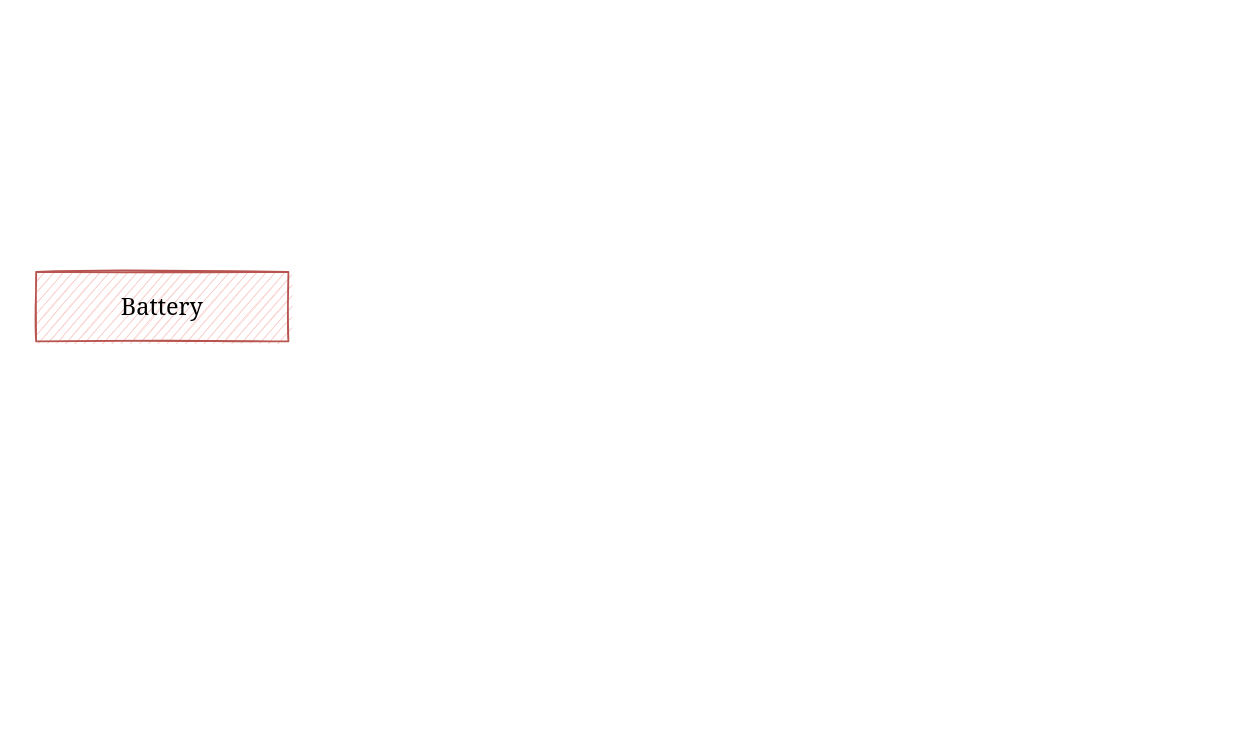
The draw.io diagram Untitled Diagram.drawio in DoggeBoi/Led_matirx-_clock, before the edit. Source tidied: cells renumbered, new cells numbered last; positions are measured from the earlier drawing's top-left corner, leaving out a move shared by most shapes. Both pictures are drawn from the tidied source at 87%, with x=0, y=0 at pixel (36, 271).
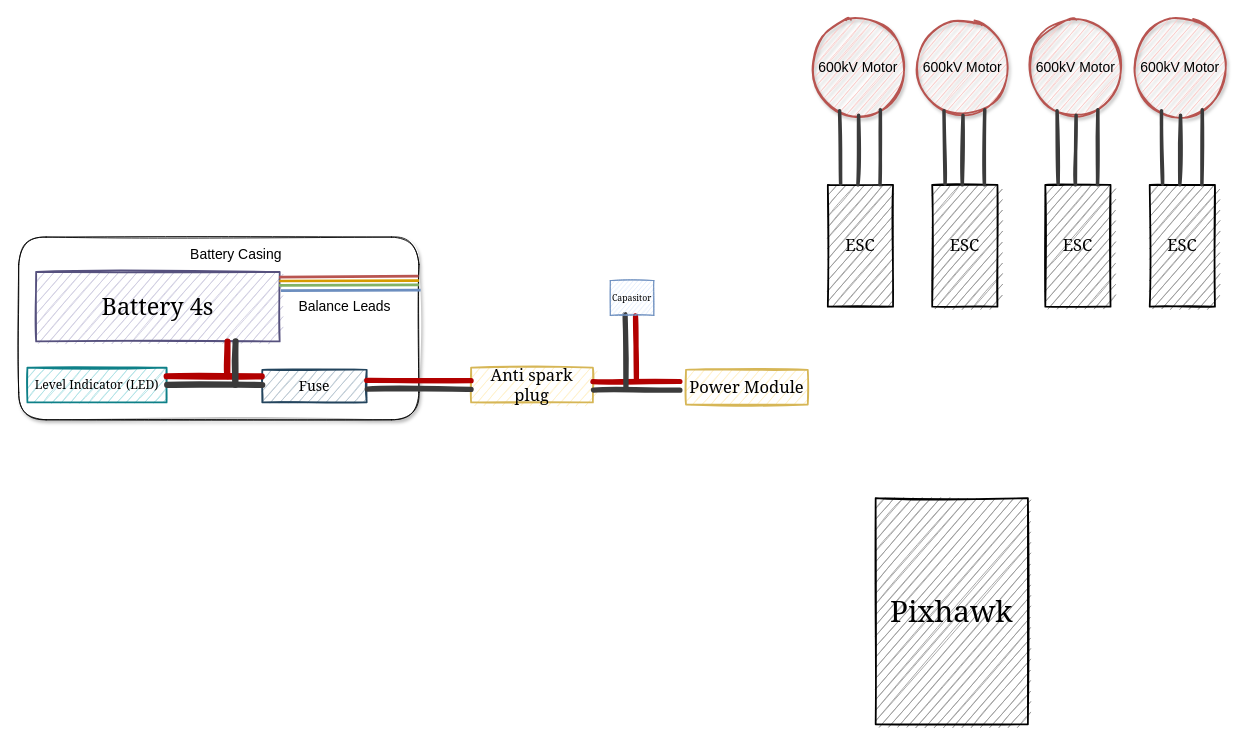
Above is the later version.

The edit, as a diff of the source:
```diff
@@
+    <mxCell id="3" style="rounded=1;whiteSpace=wrap;html=1;sketch=1;shadow=1;glass=0;" parent="1" vertex="1">
+      <mxGeometry x="-20" y="-40" width="460" height="210" as="geometry" />
+    </mxCell>
-    <mxCell id="2" value="&lt;font face=&quot;Georgia&quot;&gt;&lt;span style=&quot;font-size: 27px&quot;&gt;Battery&lt;/span&gt;&lt;/font&gt;" style="rounded=0;whiteSpace=wrap;html=1;glass=0;sketch=1;strokeWidth=2;shadow=0;fillStyle=hachure;fillColor=#f8cecc;strokeColor=#b85450;" parent="1" vertex="1">
-      <mxGeometry width="290" height="80" as="geometry" />
+    <mxCell id="2" value="&lt;font face=&quot;Georgia&quot;&gt;&lt;span style=&quot;font-size: 27px&quot;&gt;Battery 4s&lt;/span&gt;&lt;/font&gt;" style="rounded=0;whiteSpace=wrap;html=1;glass=0;sketch=1;strokeWidth=2;shadow=0;fillStyle=hachure;fillColor=#d0cee2;strokeColor=#56517e;" parent="1" vertex="1">
+      <mxGeometry width="280" height="80" as="geometry" />
     </mxCell>
+    <mxCell id="4" value="&lt;font face=&quot;Georgia&quot; style=&quot;font-size: 14px&quot;&gt;Level Indicator (LED)&lt;/font&gt;" style="rounded=0;whiteSpace=wrap;html=1;glass=0;sketch=1;strokeWidth=2;shadow=0;fillStyle=hachure;fillColor=#b0e3e6;strokeColor=#0e8088;" parent="1" vertex="1">
+      <mxGeometry x="-10" y="110" width="160" height="40" as="geometry" />
+    </mxCell>
+    <mxCell id="5" value="&lt;font face=&quot;Georgia&quot; style=&quot;font-size: 16px&quot;&gt;Fuse&lt;/font&gt;" style="rounded=0;whiteSpace=wrap;html=1;glass=0;sketch=1;strokeWidth=2;shadow=0;fillStyle=hachure;fillColor=#bac8d3;strokeColor=#23445d;" parent="1" vertex="1">
+      <mxGeometry x="260" y="112.5" width="120" height="37.5" as="geometry" />
+    </mxCell>
+    <mxCell id="6" value="&lt;font style=&quot;font-size: 16px&quot;&gt;Battery Casing&lt;/font&gt;" style="text;html=1;strokeColor=none;fillColor=none;align=center;verticalAlign=middle;whiteSpace=wrap;rounded=0;shadow=0;sketch=0;" parent="1" vertex="1">
+      <mxGeometry x="170" y="-30" width="120" height="20" as="geometry" />
+    </mxCell>
+    <mxCell id="7" value="&lt;font face=&quot;Georgia&quot; style=&quot;font-size: 19px&quot;&gt;Anti spark plug&lt;/font&gt;" style="rounded=0;whiteSpace=wrap;html=1;glass=0;sketch=1;strokeWidth=2;shadow=0;fillStyle=hachure;fillColor=#fff2cc;strokeColor=#d6b656;gradientColor=#ffd966;" parent="1" vertex="1">
+      <mxGeometry x="500" y="110" width="140" height="40" as="geometry" />
+    </mxCell>
+    <mxCell id="8" style="endArrow=none;html=1;shadow=0;strokeColor=#b85450;strokeWidth=3;entryX=0.998;entryY=0.075;entryDx=0;entryDy=0;entryPerimeter=0;exitX=0.999;exitY=0.214;exitDx=0;exitDy=0;exitPerimeter=0;fillColor=#f8cecc;" parent="1" edge="1" source="3" target="2">
+      <mxGeometry relative="1" as="geometry" />
+    </mxCell>
+    <mxCell id="9" style="endArrow=none;html=1;shadow=0;strokeColor=#d79b00;strokeWidth=3;entryX=0.998;entryY=0.075;entryDx=0;entryDy=0;entryPerimeter=0;exitX=1;exitY=0.116;exitDx=0;exitDy=0;exitPerimeter=0;fillColor=#ffe6cc;" parent="1" edge="1">
+      <mxGeometry relative="1" as="geometry">
+        <mxPoint x="440" y="10" as="sourcePoint" />
+        <mxPoint x="279.4" y="10.5" as="targetPoint" />
+      </mxGeometry>
+    </mxCell>
+    <mxCell id="10" style="endArrow=none;html=1;shadow=0;strokeColor=#82b366;strokeWidth=3;entryX=0.998;entryY=0.075;entryDx=0;entryDy=0;entryPerimeter=0;exitX=1;exitY=0.116;exitDx=0;exitDy=0;exitPerimeter=0;fillColor=#d5e8d4;" parent="1" edge="1">
+      <mxGeometry relative="1" as="geometry">
+        <mxPoint x="440" y="15" as="sourcePoint" />
+        <mxPoint x="279.4" y="15.5" as="targetPoint" />
+      </mxGeometry>
+    </mxCell>
+    <mxCell id="11" style="endArrow=none;html=1;shadow=0;strokeColor=#6c8ebf;strokeWidth=3;entryX=0.998;entryY=0.075;entryDx=0;entryDy=0;entryPerimeter=0;exitX=1;exitY=0.116;exitDx=0;exitDy=0;exitPerimeter=0;fillColor=#dae8fc;" parent="1" edge="1">
+      <mxGeometry relative="1" as="geometry">
+        <mxPoint x="442" y="21" as="sourcePoint" />
+        <mxPoint x="281.4" y="21.5" as="targetPoint" />
+      </mxGeometry>
+    </mxCell>
+    <mxCell id="12" value="&lt;font style=&quot;font-size: 16px&quot;&gt;Balance Leads&lt;/font&gt;" style="text;html=1;strokeColor=none;fillColor=none;align=center;verticalAlign=middle;whiteSpace=wrap;rounded=0;shadow=0;sketch=0;" parent="1" vertex="1">
+      <mxGeometry x="295" y="30" width="120" height="20" as="geometry" />
+    </mxCell>
+    <mxCell id="13" style="endArrow=none;html=1;shadow=0;strokeColor=#B20000;strokeWidth=7;entryX=-0.005;entryY=0.204;entryDx=0;entryDy=0;exitX=1;exitY=0.25;exitDx=0;exitDy=0;entryPerimeter=0;fillColor=#e51400;sketch=1;" parent="1" edge="1" source="4" target="5">
+      <mxGeometry relative="1" as="geometry" />
+    </mxCell>
+    <mxCell id="14" style="endArrow=none;html=1;shadow=0;strokeWidth=7;entryX=-0.005;entryY=0.204;entryDx=0;entryDy=0;exitX=1;exitY=0.25;exitDx=0;exitDy=0;entryPerimeter=0;fillColor=#f5f5f5;gradientColor=#b3b3b3;strokeColor=#3B3B3B;sketch=1;" parent="1" edge="1">
+      <mxGeometry relative="1" as="geometry">
+        <mxPoint x="150.6" y="129.9" as="sourcePoint" />
+        <mxPoint x="260" y="130" as="targetPoint" />
+      </mxGeometry>
+    </mxCell>
+    <mxCell id="15" style="endArrow=none;html=1;shadow=0;strokeWidth=7;entryX=0.819;entryY=0.999;entryDx=0;entryDy=0;entryPerimeter=0;fillColor=#f5f5f5;gradientColor=#b3b3b3;strokeColor=#3B3B3B;sketch=1;" parent="1" edge="1" target="2">
+      <mxGeometry relative="1" as="geometry">
+        <mxPoint x="229" y="130" as="sourcePoint" />
+      </mxGeometry>
+    </mxCell>
+    <mxCell id="16" style="endArrow=none;html=1;shadow=0;strokeWidth=7;entryX=0.819;entryY=0.999;entryDx=0;entryDy=0;entryPerimeter=0;fillColor=#e51400;strokeColor=#B20000;sketch=1;" parent="1" edge="1">
+      <mxGeometry relative="1" as="geometry">
+        <mxPoint x="219.9" y="120" as="sourcePoint" />
+        <mxPoint x="220" y="80" as="targetPoint" />
+      </mxGeometry>
+    </mxCell>
+    <mxCell id="17" style="endArrow=none;html=1;shadow=0;strokeColor=#B20000;strokeWidth=6;exitX=1;exitY=0.25;exitDx=0;exitDy=0;fillColor=#e51400;sketch=1;" parent="1" edge="1">
+      <mxGeometry relative="1" as="geometry">
+        <mxPoint x="380" y="124.8" as="sourcePoint" />
+        <mxPoint x="500" y="125" as="targetPoint" />
+      </mxGeometry>
+    </mxCell>
+    <mxCell id="18" style="endArrow=none;html=1;shadow=0;strokeWidth=6;exitX=1;exitY=0.25;exitDx=0;exitDy=0;fillColor=#f5f5f5;gradientColor=#b3b3b3;strokeColor=#3B3B3B;sketch=1;" parent="1" edge="1">
+      <mxGeometry relative="1" as="geometry">
+        <mxPoint x="380.6" y="134.7" as="sourcePoint" />
+        <mxPoint x="500" y="135" as="targetPoint" />
+      </mxGeometry>
+    </mxCell>
+    <mxCell id="19" style="endArrow=none;html=1;shadow=0;strokeColor=#B20000;strokeWidth=6;exitX=1;exitY=0.25;exitDx=0;exitDy=0;fillColor=#e51400;sketch=1;" parent="1" edge="1">
+      <mxGeometry relative="1" as="geometry">
+        <mxPoint x="640" y="126.1" as="sourcePoint" />
+        <mxPoint x="740" y="126" as="targetPoint" />
+      </mxGeometry>
+    </mxCell>
+    <mxCell id="20" style="endArrow=none;html=1;shadow=0;strokeWidth=6;exitX=1;exitY=0.25;exitDx=0;exitDy=0;fillColor=#f5f5f5;gradientColor=#b3b3b3;strokeColor=#3B3B3B;sketch=1;" parent="1" edge="1">
+      <mxGeometry relative="1" as="geometry">
+        <mxPoint x="640.6" y="135.9" as="sourcePoint" />
+        <mxPoint x="740" y="136" as="targetPoint" />
+      </mxGeometry>
+    </mxCell>
+    <mxCell id="21" style="endArrow=none;html=1;shadow=0;strokeColor=#B20000;strokeWidth=6;fillColor=#e51400;sketch=1;fontStyle=1;exitX=0.58;exitY=1.017;exitDx=0;exitDy=0;exitPerimeter=0;" parent="1" edge="1" source="23">
+      <mxGeometry relative="1" as="geometry">
+        <mxPoint x="690" y="125" as="targetPoint" />
+      </mxGeometry>
+    </mxCell>
+    <mxCell id="22" style="endArrow=none;html=1;shadow=0;strokeWidth=6;fillColor=#f5f5f5;gradientColor=#b3b3b3;strokeColor=#3B3B3B;sketch=1;fontStyle=1;exitX=0.34;exitY=0.975;exitDx=0;exitDy=0;exitPerimeter=0;" parent="1" edge="1" source="23">
+      <mxGeometry relative="1" as="geometry">
+        <mxPoint x="678" y="135" as="targetPoint" />
+      </mxGeometry>
+    </mxCell>
+    <mxCell id="23" value="&lt;font face=&quot;Georgia&quot; style=&quot;font-size: 10px&quot;&gt;Capasitor&lt;/font&gt;" style="rounded=0;whiteSpace=wrap;html=1;glass=0;sketch=1;strokeWidth=1;shadow=0;fillStyle=hachure;fillColor=#dae8fc;strokeColor=#6c8ebf;" parent="1" vertex="1">
+      <mxGeometry x="660" y="10" width="50" height="40" as="geometry" />
+    </mxCell>
+    <mxCell id="24" value="&lt;font style=&quot;font-size: 16px&quot;&gt;600kV Motor&lt;/font&gt;" style="ellipse;whiteSpace=wrap;html=1;rounded=1;shadow=1;glass=0;sketch=1;strokeColor=#b85450;strokeWidth=2;fillColor=#f8cecc;" parent="1" vertex="1">
+      <mxGeometry x="890" y="-290" width="110" height="110" as="geometry" />
+    </mxCell>
+    <mxCell id="25" value="&lt;font face=&quot;Georgia&quot; style=&quot;font-size: 19px&quot;&gt;ESC&lt;/font&gt;" style="rounded=0;whiteSpace=wrap;html=1;glass=0;sketch=1;strokeWidth=2;shadow=0;fillStyle=hachure;fillColor=#9C9C9C;" parent="1" vertex="1">
+      <mxGeometry x="910" y="-100" width="75" height="140" as="geometry" />
+    </mxCell>
+    <mxCell id="26" style="endArrow=none;html=1;shadow=0;strokeColor=#3B3B3B;strokeWidth=4;entryX=0.305;entryY=0.953;entryDx=0;entryDy=0;entryPerimeter=0;exitX=0.197;exitY=-0.006;exitDx=0;exitDy=0;exitPerimeter=0;sketch=1;" parent="1" edge="1" source="25" target="24">
+      <mxGeometry relative="1" as="geometry" />
+    </mxCell>
+    <mxCell id="27" style="endArrow=none;html=1;shadow=0;strokeColor=#3B3B3B;strokeWidth=4;entryX=0.324;entryY=0.993;entryDx=0;entryDy=0;entryPerimeter=0;exitX=0.197;exitY=-0.006;exitDx=0;exitDy=0;exitPerimeter=0;sketch=1;" parent="1" edge="1">
+      <mxGeometry relative="1" as="geometry">
+        <mxPoint x="944.6" y="-100" as="sourcePoint" />
+        <mxPoint x="945.4" y="-179.9" as="targetPoint" />
+      </mxGeometry>
+    </mxCell>
+    <mxCell id="28" style="endArrow=none;html=1;shadow=0;strokeColor=#3B3B3B;strokeWidth=4;entryX=0.731;entryY=0.942;entryDx=0;entryDy=0;entryPerimeter=0;exitX=0.197;exitY=-0.006;exitDx=0;exitDy=0;exitPerimeter=0;sketch=1;" parent="1" edge="1" target="24">
+      <mxGeometry relative="1" as="geometry">
+        <mxPoint x="970" y="-100" as="sourcePoint" />
+      </mxGeometry>
+    </mxCell>
+    <mxCell id="29" value="&lt;font style=&quot;font-size: 16px&quot;&gt;600kV Motor&lt;/font&gt;" style="ellipse;whiteSpace=wrap;html=1;rounded=1;shadow=1;glass=0;sketch=1;strokeColor=#b85450;strokeWidth=2;fillColor=#f8cecc;" parent="1" vertex="1">
+      <mxGeometry x="1010" y="-290" width="110" height="110" as="geometry" />
+    </mxCell>
+    <mxCell id="30" value="&lt;font face=&quot;Georgia&quot; style=&quot;font-size: 19px&quot;&gt;ESC&lt;/font&gt;" style="rounded=0;whiteSpace=wrap;html=1;glass=0;sketch=1;strokeWidth=2;shadow=0;fillStyle=hachure;fillColor=#9C9C9C;" parent="1" vertex="1">
+      <mxGeometry x="1030" y="-100" width="75" height="140" as="geometry" />
+    </mxCell>
+    <mxCell id="31" style="endArrow=none;html=1;shadow=0;strokeColor=#3B3B3B;strokeWidth=4;entryX=0.305;entryY=0.953;entryDx=0;entryDy=0;entryPerimeter=0;exitX=0.197;exitY=-0.006;exitDx=0;exitDy=0;exitPerimeter=0;sketch=1;" parent="1" edge="1" source="30" target="29">
+      <mxGeometry relative="1" as="geometry" />
+    </mxCell>
+    <mxCell id="32" style="endArrow=none;html=1;shadow=0;strokeColor=#3B3B3B;strokeWidth=4;entryX=0.324;entryY=0.993;entryDx=0;entryDy=0;entryPerimeter=0;exitX=0.197;exitY=-0.006;exitDx=0;exitDy=0;exitPerimeter=0;sketch=1;" parent="1" edge="1">
+      <mxGeometry relative="1" as="geometry">
+        <mxPoint x="1064.6" y="-100" as="sourcePoint" />
+        <mxPoint x="1065.4" y="-179.9" as="targetPoint" />
+      </mxGeometry>
+    </mxCell>
+    <mxCell id="33" style="endArrow=none;html=1;shadow=0;strokeColor=#3B3B3B;strokeWidth=4;entryX=0.731;entryY=0.942;entryDx=0;entryDy=0;entryPerimeter=0;exitX=0.197;exitY=-0.006;exitDx=0;exitDy=0;exitPerimeter=0;sketch=1;" parent="1" edge="1" target="29">
+      <mxGeometry relative="1" as="geometry">
+        <mxPoint x="1090" y="-100" as="sourcePoint" />
+      </mxGeometry>
+    </mxCell>
+    <mxCell id="34" value="&lt;font style=&quot;font-size: 16px&quot;&gt;600kV Motor&lt;/font&gt;" style="ellipse;whiteSpace=wrap;html=1;rounded=1;shadow=1;glass=0;sketch=1;strokeColor=#b85450;strokeWidth=2;fillColor=#f8cecc;" parent="1" vertex="1">
+      <mxGeometry x="1140" y="-290" width="110" height="110" as="geometry" />
+    </mxCell>
+    <mxCell id="35" value="&lt;font face=&quot;Georgia&quot; style=&quot;font-size: 19px&quot;&gt;ESC&lt;/font&gt;" style="rounded=0;whiteSpace=wrap;html=1;glass=0;sketch=1;strokeWidth=2;shadow=0;fillStyle=hachure;fillColor=#9C9C9C;" parent="1" vertex="1">
+      <mxGeometry x="1160" y="-100" width="75" height="140" as="geometry" />
+    </mxCell>
+    <mxCell id="36" style="endArrow=none;html=1;shadow=0;strokeColor=#3B3B3B;strokeWidth=4;entryX=0.305;entryY=0.953;entryDx=0;entryDy=0;entryPerimeter=0;exitX=0.197;exitY=-0.006;exitDx=0;exitDy=0;exitPerimeter=0;sketch=1;" parent="1" edge="1" source="35" target="34">
+      <mxGeometry relative="1" as="geometry" />
+    </mxCell>
+    <mxCell id="37" style="endArrow=none;html=1;shadow=0;strokeColor=#3B3B3B;strokeWidth=4;entryX=0.324;entryY=0.993;entryDx=0;entryDy=0;entryPerimeter=0;exitX=0.197;exitY=-0.006;exitDx=0;exitDy=0;exitPerimeter=0;sketch=1;" parent="1" edge="1">
+      <mxGeometry relative="1" as="geometry">
+        <mxPoint x="1194.6" y="-100" as="sourcePoint" />
+        <mxPoint x="1195.4" y="-179.9" as="targetPoint" />
+      </mxGeometry>
+    </mxCell>
+    <mxCell id="38" style="endArrow=none;html=1;shadow=0;strokeColor=#3B3B3B;strokeWidth=4;entryX=0.731;entryY=0.942;entryDx=0;entryDy=0;entryPerimeter=0;exitX=0.197;exitY=-0.006;exitDx=0;exitDy=0;exitPerimeter=0;sketch=1;" parent="1" edge="1" target="34">
+      <mxGeometry relative="1" as="geometry">
+        <mxPoint x="1220" y="-100" as="sourcePoint" />
+      </mxGeometry>
+    </mxCell>
+    <mxCell id="39" value="&lt;font style=&quot;font-size: 16px&quot;&gt;600kV Motor&lt;/font&gt;" style="ellipse;whiteSpace=wrap;html=1;rounded=1;shadow=1;glass=0;sketch=1;strokeColor=#b85450;strokeWidth=2;fillColor=#f8cecc;" parent="1" vertex="1">
+      <mxGeometry x="1260" y="-290" width="110" height="110" as="geometry" />
+    </mxCell>
+    <mxCell id="40" value="&lt;font face=&quot;Georgia&quot; style=&quot;font-size: 19px&quot;&gt;ESC&lt;/font&gt;" style="rounded=0;whiteSpace=wrap;html=1;glass=0;sketch=1;strokeWidth=2;shadow=0;fillStyle=hachure;fillColor=#9C9C9C;" parent="1" vertex="1">
+      <mxGeometry x="1280" y="-100" width="75" height="140" as="geometry" />
+    </mxCell>
+    <mxCell id="41" style="endArrow=none;html=1;shadow=0;strokeColor=#3B3B3B;strokeWidth=4;entryX=0.305;entryY=0.953;entryDx=0;entryDy=0;entryPerimeter=0;exitX=0.197;exitY=-0.006;exitDx=0;exitDy=0;exitPerimeter=0;sketch=1;" parent="1" edge="1" source="40" target="39">
+      <mxGeometry relative="1" as="geometry" />
+    </mxCell>
+    <mxCell id="42" style="endArrow=none;html=1;shadow=0;strokeColor=#3B3B3B;strokeWidth=4;entryX=0.324;entryY=0.993;entryDx=0;entryDy=0;entryPerimeter=0;exitX=0.197;exitY=-0.006;exitDx=0;exitDy=0;exitPerimeter=0;sketch=1;" parent="1" edge="1">
+      <mxGeometry relative="1" as="geometry">
+        <mxPoint x="1314.6" y="-100" as="sourcePoint" />
+        <mxPoint x="1315.4" y="-179.9" as="targetPoint" />
+      </mxGeometry>
+    </mxCell>
+    <mxCell id="43" style="endArrow=none;html=1;shadow=0;strokeColor=#3B3B3B;strokeWidth=4;entryX=0.731;entryY=0.942;entryDx=0;entryDy=0;entryPerimeter=0;exitX=0.197;exitY=-0.006;exitDx=0;exitDy=0;exitPerimeter=0;sketch=1;" parent="1" edge="1" target="39">
+      <mxGeometry relative="1" as="geometry">
+        <mxPoint x="1340" y="-100" as="sourcePoint" />
+      </mxGeometry>
+    </mxCell>
+    <mxCell id="44" value="&lt;font face=&quot;Georgia&quot; style=&quot;font-size: 19px&quot;&gt;Power Module&lt;/font&gt;" style="rounded=0;whiteSpace=wrap;html=1;glass=0;sketch=1;strokeWidth=2;shadow=0;fillStyle=hachure;fillColor=#fff2cc;strokeColor=#d6b656;gradientColor=#ffd966;" parent="1" vertex="1">
+      <mxGeometry x="747" y="112.5" width="140" height="40" as="geometry" />
+    </mxCell>
+    <mxCell id="45" value="&lt;font face=&quot;Georgia&quot; style=&quot;font-size: 34px&quot;&gt;Pixhawk&lt;/font&gt;" style="rounded=0;whiteSpace=wrap;html=1;glass=0;sketch=1;strokeWidth=2;shadow=0;fillStyle=hachure;fillColor=#9C9C9C;" parent="1" vertex="1">
+      <mxGeometry x="965" y="260" width="175" height="260" as="geometry" />
+    </mxCell>
```
